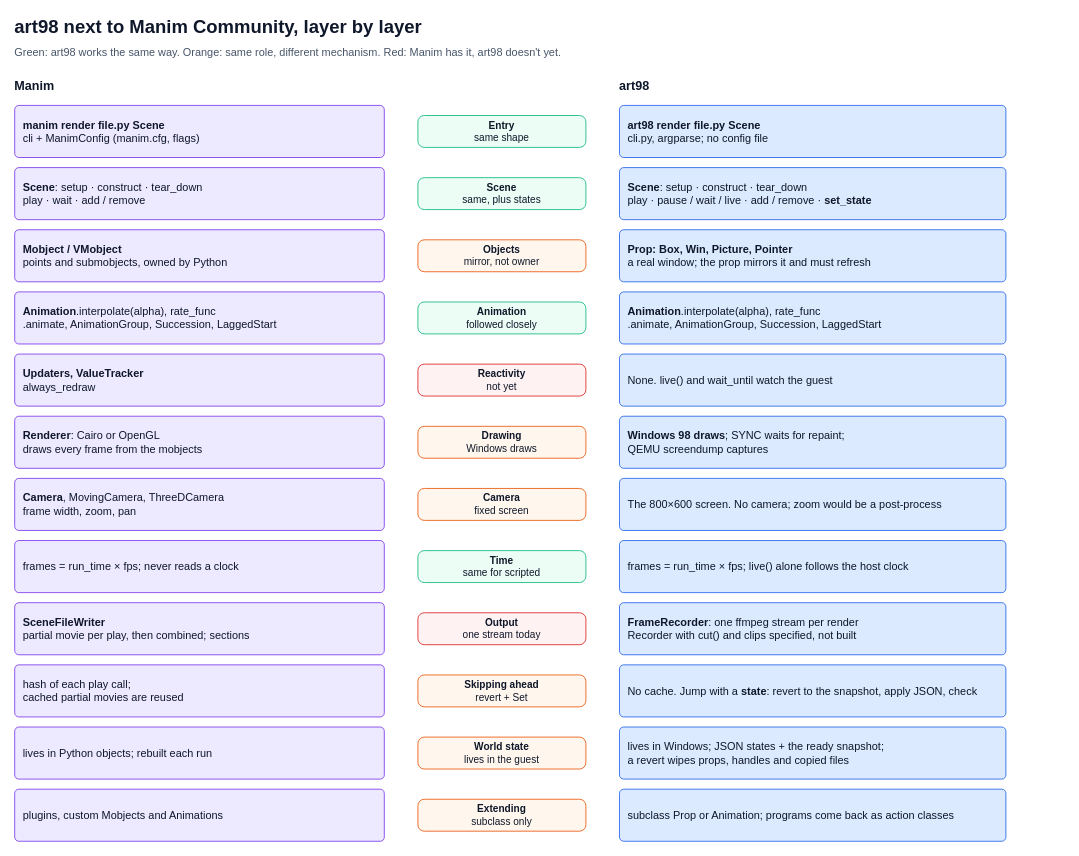
This is page "art98 vs Manim" (2 of 2) of docs/diagrams/architecture.drawio from StanLukuvka/98artware, a draw.io file, before an edit. Source tidied: cells renumbered, new cells numbered last; positions are measured from the earlier drawing's top-left corner, leaving out a move shared by most shapes. Both pictures are drawn from the tidied source at 84%, with x=0, y=0 at pixel (14, 14).
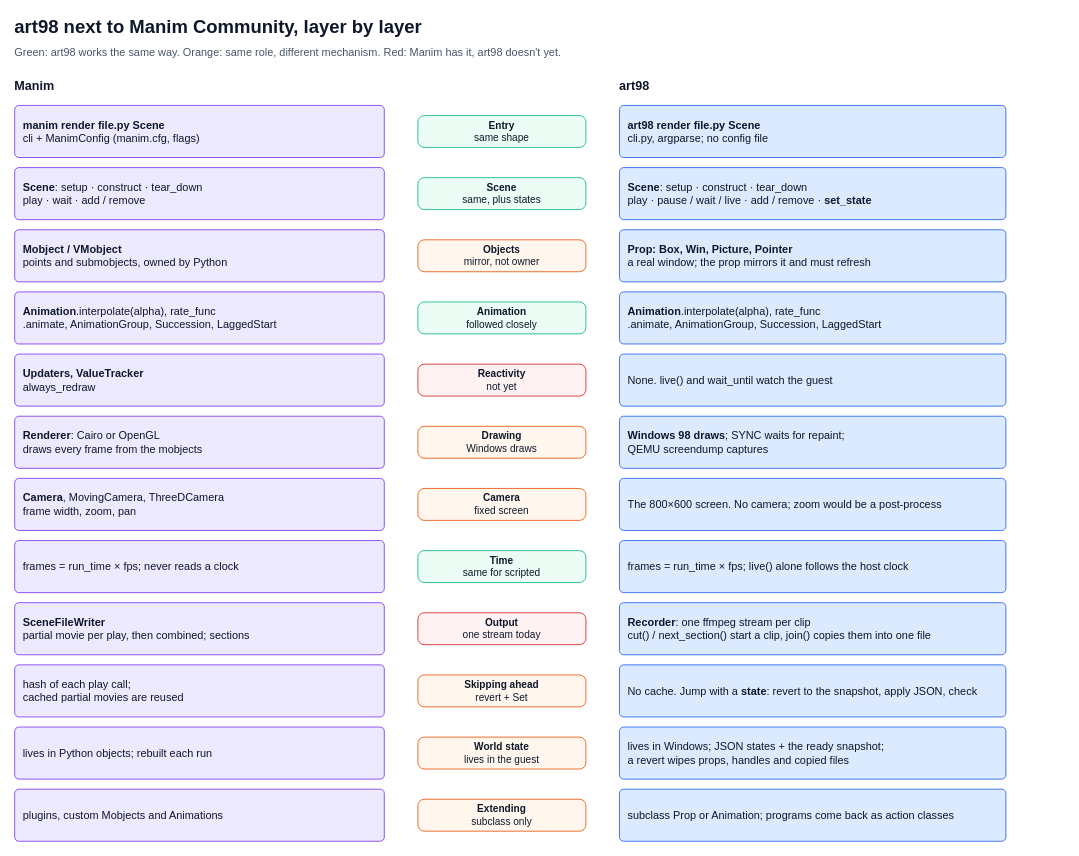
The same page after the edit.

Diff of the diagram source:
```diff
@@
-    <mxCell id="33" value="&lt;b&gt;FrameRecorder&lt;/b&gt;: one ffmpeg stream per render&lt;br&gt;Recorder with cut() and clips specified, not built" style="rounded=1;arcSize=8;fillColor=#DBEAFE;strokeColor=#2563EB;fontSize=13;align=left;spacingLeft=8;spacingRight=8;whiteSpace=wrap;html=1;fontFamily=Helvetica;fontColor=#0F172A;verticalAlign=middle;" parent="1" vertex="1">
+    <mxCell id="33" value="&lt;b&gt;Recorder&lt;/b&gt;: one ffmpeg stream per clip&lt;br&gt;cut() / next_section() start a clip, join() copies them into one file" style="rounded=1;arcSize=8;fillColor=#DBEAFE;strokeColor=#2563EB;fontSize=13;align=left;spacingLeft=8;spacingRight=8;whiteSpace=wrap;html=1;fontFamily=Helvetica;fontColor=#0F172A;verticalAlign=middle;" parent="1" vertex="1">
       <mxGeometry x="720" y="700" width="460" height="62" as="geometry" />
     </mxCell>
```
